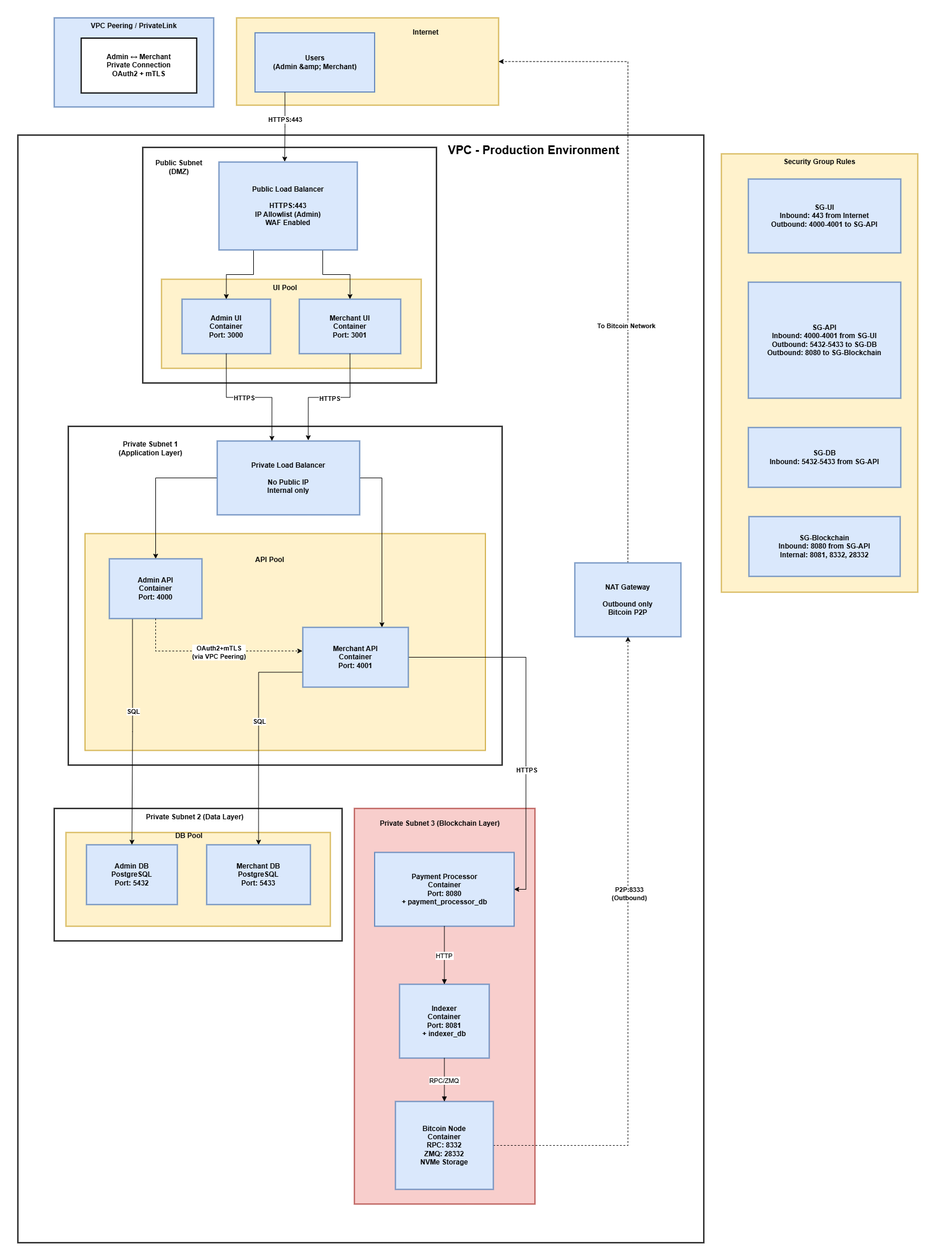
Before: docs/Network Topology Diagram.png, a diagram exported from draw.io (NaimKhan/CodeLab_InfraSRE_Engineer_Final_Test). Source tidied: cells renumbered, new cells last; positions are measured from the earlier drawing's top-left corner, leaving out a move shared by most shapes. Its diagram source:
```xml
<mxGraphModel>
  <root>
    <mxCell id="0" />
    <mxCell id="1" parent="0" />
    <mxCell id="2" value="VPC Peering / PrivateLink" style="whiteSpace=wrap;strokeWidth=2;verticalAlign=top;fillColor=#dae8fc;strokeColor=#6c8ebf;fontStyle=1;" parent="1" vertex="1">
      <mxGeometry x="92" y="30" width="272" height="152" as="geometry" />
    </mxCell>
    <mxCell id="3" value="Admin ↔ Merchant&#10;Private Connection&#10;OAuth2 + mTLS" style="whiteSpace=wrap;strokeWidth=2;fontStyle=1;" parent="2" vertex="1">
      <mxGeometry x="46" y="34.5" width="197" height="93.6" as="geometry" />
    </mxCell>
    <mxCell id="4" style="whiteSpace=wrap;strokeWidth=2;" parent="1" vertex="1">
      <mxGeometry x="30" y="230" width="1170" height="1890" as="geometry" />
    </mxCell>
    <mxCell id="5" value="Security Group Rules" style="whiteSpace=wrap;strokeWidth=2;verticalAlign=top;fillColor=#fff2cc;strokeColor=#d6b656;fontStyle=1;" parent="1" vertex="1">
      <mxGeometry x="1230" y="262" width="335" height="748" as="geometry" />
    </mxCell>
    <mxCell id="6" value="SG-UI&#10;Inbound: 443 from Internet&#10;Outbound: 4000-4001 to SG-API" style="whiteSpace=wrap;strokeWidth=2;fillColor=#dae8fc;strokeColor=#6c8ebf;fontStyle=1;" parent="5" vertex="1">
      <mxGeometry x="46" y="43" width="260" height="126" as="geometry" />
    </mxCell>
    <mxCell id="7" value="SG-API&#10;Inbound: 4000-4001 from SG-UI&#10;Outbound: 5432-5433 to SG-DB&#10;Outbound: 8080 to SG-Blockchain" style="whiteSpace=wrap;strokeWidth=2;fillColor=#dae8fc;strokeColor=#6c8ebf;fontStyle=1;" parent="5" vertex="1">
      <mxGeometry x="46" y="219" width="260" height="198" as="geometry" />
    </mxCell>
    <mxCell id="8" value="SG-DB&#10;Inbound: 5432-5433 from SG-API" style="whiteSpace=wrap;strokeWidth=2;fillColor=#dae8fc;strokeColor=#6c8ebf;fontStyle=1;" parent="5" vertex="1">
      <mxGeometry x="46" y="467" width="260" height="102" as="geometry" />
    </mxCell>
    <mxCell id="9" value="SG-Blockchain&#10;Inbound: 8080 from SG-API&#10;Internal: 8081, 8332, 28332" style="whiteSpace=wrap;strokeWidth=2;fillColor=#dae8fc;strokeColor=#6c8ebf;fontStyle=1;" parent="5" vertex="1">
      <mxGeometry x="47" y="619" width="258" height="102" as="geometry" />
    </mxCell>
    <mxCell id="10" style="whiteSpace=wrap;strokeWidth=2;fillColor=#f8cecc;strokeColor=#b85450;" parent="1" vertex="1">
      <mxGeometry x="604" y="1379" width="308" height="675" as="geometry" />
    </mxCell>
    <mxCell id="11" style="whiteSpace=wrap;strokeWidth=2;" parent="1" vertex="1">
      <mxGeometry x="92" y="1379" width="491" height="226" as="geometry" />
    </mxCell>
    <mxCell id="12" style="whiteSpace=wrap;strokeWidth=2;fillColor=#fff2cc;strokeColor=#d6b656;" parent="1" vertex="1">
      <mxGeometry x="112" y="1420" width="451" height="160" as="geometry" />
    </mxCell>
    <mxCell id="13" style="whiteSpace=wrap;strokeWidth=2;" parent="1" vertex="1">
      <mxGeometry x="116" y="727" width="740" height="578" as="geometry" />
    </mxCell>
    <mxCell id="14" style="whiteSpace=wrap;strokeWidth=2;fillColor=#fff2cc;strokeColor=#d6b656;" parent="1" vertex="1">
      <mxGeometry x="144.5" y="910" width="683" height="370" as="geometry" />
    </mxCell>
    <mxCell id="15" style="whiteSpace=wrap;strokeWidth=2;" parent="1" vertex="1">
      <mxGeometry x="243" y="251" width="501" height="402" as="geometry" />
    </mxCell>
    <mxCell id="16" style="whiteSpace=wrap;strokeWidth=2;fillColor=#fff2cc;strokeColor=#d6b656;" parent="1" vertex="1">
      <mxGeometry x="275" y="476" width="443" height="152" as="geometry" />
    </mxCell>
    <mxCell id="17" style="whiteSpace=wrap;strokeWidth=2;fillColor=#fff2cc;strokeColor=#d6b656;fontStyle=1;" parent="1" vertex="1">
      <mxGeometry x="403" y="30" width="447" height="149" as="geometry" />
    </mxCell>
    <mxCell id="18" value="Users&#10;(Admin &amp;amp; Merchant)" style="whiteSpace=wrap;strokeWidth=2;fillColor=#dae8fc;strokeColor=#6c8ebf;fontStyle=1;" parent="1" vertex="1">
      <mxGeometry x="434.5" y="55.5" width="204" height="101" as="geometry" />
    </mxCell>
    <mxCell id="19" style="edgeStyle=orthogonalEdgeStyle;rounded=0;jettySize=auto;html=1;exitX=0.75;exitY=1;exitDx=0;exitDy=0;entryX=0.5;entryY=0;entryDx=0;entryDy=0;" parent="1" edge="1" source="21" target="23">
      <mxGeometry relative="1" as="geometry" />
    </mxCell>
    <mxCell id="20" style="edgeStyle=orthogonalEdgeStyle;rounded=0;jettySize=auto;html=1;exitX=0.25;exitY=1;exitDx=0;exitDy=0;entryX=0.5;entryY=0;entryDx=0;entryDy=0;" parent="1" edge="1" source="21" target="22">
      <mxGeometry relative="1" as="geometry" />
    </mxCell>
    <mxCell id="21" value="Public Load Balancer&#10;&#10;HTTPS:443&#10;IP Allowlist (Admin)&#10;WAF Enabled" style="whiteSpace=wrap;strokeWidth=2;fillColor=#dae8fc;strokeColor=#6c8ebf;fontStyle=1;" parent="1" vertex="1">
      <mxGeometry x="373" y="276" width="236" height="150" as="geometry" />
    </mxCell>
    <mxCell id="22" value="Admin UI&#10;Container&#10;Port: 3000" style="whiteSpace=wrap;strokeWidth=2;fillColor=#dae8fc;strokeColor=#6c8ebf;fontStyle=1;" parent="1" vertex="1">
      <mxGeometry x="310" y="510" width="151" height="93" as="geometry" />
    </mxCell>
    <mxCell id="23" value="Merchant UI&#10;Container&#10;Port: 3001" style="whiteSpace=wrap;strokeWidth=2;fillColor=#dae8fc;strokeColor=#6c8ebf;fontStyle=1;" parent="1" vertex="1">
      <mxGeometry x="510" y="510" width="173" height="93" as="geometry" />
    </mxCell>
    <mxCell id="24" style="edgeStyle=orthogonalEdgeStyle;rounded=0;jettySize=auto;html=1;" parent="1" edge="1" source="26" target="29">
      <mxGeometry relative="1" as="geometry" />
    </mxCell>
    <mxCell id="25" style="edgeStyle=orthogonalEdgeStyle;rounded=0;jettySize=auto;html=1;exitX=1;exitY=0.5;exitDx=0;exitDy=0;entryX=0.75;entryY=0;entryDx=0;entryDy=0;" parent="1" edge="1" source="26" target="34">
      <mxGeometry relative="1" as="geometry" />
    </mxCell>
    <mxCell id="26" value="Private Load Balancer&#10;&#10;No Public IP&#10;Internal only" style="whiteSpace=wrap;strokeWidth=2;fillColor=#dae8fc;strokeColor=#6c8ebf;fontStyle=1;" parent="1" vertex="1">
      <mxGeometry x="370" y="752" width="243" height="126" as="geometry" />
    </mxCell>
    <mxCell id="27" style="edgeStyle=orthogonalEdgeStyle;rounded=0;jettySize=auto;html=1;exitX=0.25;exitY=1;exitDx=0;exitDy=0;entryX=0.5;entryY=0;entryDx=0;entryDy=0;" parent="1" edge="1" source="29" target="35">
      <mxGeometry relative="1" as="geometry" />
    </mxCell>
    <mxCell id="28" value="&lt;b&gt;SQL&lt;/b&gt;" style="edgeLabel;html=1;align=center;verticalAlign=middle;" parent="27" vertex="1">
      <mxGeometry x="-0.18" relative="1" as="geometry" />
    </mxCell>
    <mxCell id="29" value="Admin API&#10;Container&#10;Port: 4000" style="whiteSpace=wrap;strokeWidth=2;fillColor=#dae8fc;strokeColor=#6c8ebf;fontStyle=1;" parent="1" vertex="1">
      <mxGeometry x="186" y="953" width="158" height="102" as="geometry" />
    </mxCell>
    <mxCell id="30" style="edgeStyle=orthogonalEdgeStyle;rounded=0;jettySize=auto;html=1;exitX=0;exitY=0.75;exitDx=0;exitDy=0;entryX=0.5;entryY=0;entryDx=0;entryDy=0;" parent="1" edge="1" source="34" target="36">
      <mxGeometry relative="1" as="geometry" />
    </mxCell>
    <mxCell id="31" value="&lt;b&gt;SQL&lt;/b&gt;" style="edgeLabel;html=1;align=center;verticalAlign=middle;" parent="30" vertex="1">
      <mxGeometry x="-0.13" relative="1" as="geometry">
        <mxPoint y="-1" as="offset" />
      </mxGeometry>
    </mxCell>
    <mxCell id="32" style="edgeStyle=orthogonalEdgeStyle;rounded=0;jettySize=auto;html=1;exitX=1;exitY=0.5;exitDx=0;exitDy=0;entryX=1;entryY=0.5;entryDx=0;entryDy=0;" parent="1" edge="1" source="34" target="37">
      <mxGeometry relative="1" as="geometry" />
    </mxCell>
    <mxCell id="33" value="&lt;b&gt;HTTPS&lt;/b&gt;" style="edgeLabel;html=1;align=center;verticalAlign=middle;" parent="32" vertex="1">
      <mxGeometry x="0.27" relative="1" as="geometry">
        <mxPoint y="1" as="offset" />
      </mxGeometry>
    </mxCell>
    <mxCell id="34" value="Merchant API&#10;Container&#10;Port: 4001" style="whiteSpace=wrap;strokeWidth=2;fillColor=#dae8fc;strokeColor=#6c8ebf;fontStyle=1;" parent="1" vertex="1">
      <mxGeometry x="516" y="1070" width="180" height="102" as="geometry" />
    </mxCell>
    <mxCell id="35" value="Admin DB&#10;PostgreSQL&#10;Port: 5432" style="whiteSpace=wrap;strokeWidth=2;fillColor=#dae8fc;strokeColor=#6c8ebf;fontStyle=1;" parent="1" vertex="1">
      <mxGeometry x="147" y="1441" width="155" height="102" as="geometry" />
    </mxCell>
    <mxCell id="36" value="Merchant DB&#10;PostgreSQL&#10;Port: 5433" style="whiteSpace=wrap;strokeWidth=2;fillColor=#dae8fc;strokeColor=#6c8ebf;fontStyle=1;" parent="1" vertex="1">
      <mxGeometry x="352" y="1441" width="177" height="102" as="geometry" />
    </mxCell>
    <mxCell id="37" value="Payment Processor&#10;Container&#10;Port: 8080&#10;+ payment_processor_db" style="whiteSpace=wrap;strokeWidth=2;fillColor=#dae8fc;strokeColor=#6c8ebf;fontStyle=1;" parent="1" vertex="1">
      <mxGeometry x="638.5" y="1454" width="238" height="126" as="geometry" />
    </mxCell>
    <mxCell id="38" value="Indexer&#10;Container&#10;Port: 8081&#10;+ indexer_db" style="whiteSpace=wrap;strokeWidth=2;fillColor=#dae8fc;strokeColor=#6c8ebf;fontStyle=1;" parent="1" vertex="1">
      <mxGeometry x="681" y="1679" width="153" height="126" as="geometry" />
    </mxCell>
    <mxCell id="39" style="edgeStyle=orthogonalEdgeStyle;rounded=0;jettySize=auto;html=1;exitX=1;exitY=0.5;exitDx=0;exitDy=0;dashed=1;" parent="1" edge="1" source="41" target="44">
      <mxGeometry relative="1" as="geometry" />
    </mxCell>
    <mxCell id="40" value="&lt;b&gt;P2P:8333&lt;br style=&quot;padding: 0px; margin: 0px;&quot;&gt;(Outbound)&lt;/b&gt;" style="edgeLabel;html=1;align=center;verticalAlign=middle;" parent="39" vertex="1">
      <mxGeometry x="0.2" y="-1" relative="1" as="geometry" />
    </mxCell>
    <mxCell id="41" value="Bitcoin Node&#10;Container&#10;RPC: 8332&#10;ZMQ: 28332&#10;NVMe Storage" style="whiteSpace=wrap;strokeWidth=2;fillColor=#dae8fc;strokeColor=#6c8ebf;fontStyle=1;" parent="1" vertex="1">
      <mxGeometry x="674" y="1879" width="167" height="150" as="geometry" />
    </mxCell>
    <mxCell id="42" style="edgeStyle=orthogonalEdgeStyle;rounded=0;jettySize=auto;html=1;entryX=1;entryY=0.5;entryDx=0;entryDy=0;exitX=0.5;exitY=0;exitDx=0;exitDy=0;dashed=1;" parent="1" edge="1" source="44" target="17">
      <mxGeometry relative="1" as="geometry" />
    </mxCell>
    <mxCell id="43" value="&lt;b&gt;To Bitcoin Network&lt;/b&gt;" style="edgeLabel;html=1;align=center;verticalAlign=middle;" parent="42" vertex="1">
      <mxGeometry x="-0.25" y="4" relative="1" as="geometry">
        <mxPoint y="1" as="offset" />
      </mxGeometry>
    </mxCell>
    <mxCell id="44" value="NAT Gateway&#10;&#10;Outbound only&#10;Bitcoin P2P" style="whiteSpace=wrap;strokeWidth=2;fillColor=#dae8fc;strokeColor=#6c8ebf;fontStyle=1;" parent="1" vertex="1">
      <mxGeometry x="980" y="960" width="181" height="126" as="geometry" />
    </mxCell>
    <mxCell id="45" value="HTTP" style="curved=1;startArrow=none;endArrow=block;exitX=0.5;exitY=1;entryX=0.5;entryY=0;rounded=0;" parent="1" edge="1" source="37" target="38">
      <mxGeometry relative="1" as="geometry" />
    </mxCell>
    <mxCell id="46" value="RPC/ZMQ" style="curved=1;startArrow=none;endArrow=block;exitX=0.5;exitY=1;entryX=0.5;entryY=0;rounded=0;" parent="1" edge="1" source="38" target="41">
      <mxGeometry relative="1" as="geometry" />
    </mxCell>
    <mxCell id="47" value="&lt;b&gt;&lt;font style=&quot;font-size: 20px;&quot;&gt;VPC - Production Environment&lt;/font&gt;&lt;/b&gt;" style="text;html=1;whiteSpace=wrap;strokeColor=none;fillColor=none;align=center;verticalAlign=middle;rounded=0;" parent="1" vertex="1">
      <mxGeometry x="760" y="240" width="300" height="30" as="geometry" />
    </mxCell>
    <mxCell id="48" value="&lt;b&gt;DB Pool&lt;/b&gt;" style="text;html=1;whiteSpace=wrap;strokeColor=none;fillColor=none;align=center;verticalAlign=middle;rounded=0;" parent="1" vertex="1">
      <mxGeometry x="292" y="1411" width="60" height="30" as="geometry" />
    </mxCell>
    <mxCell id="49" value="&lt;b&gt;Private Subnet 3 (Blockchain Layer)&lt;/b&gt;" style="text;html=1;whiteSpace=wrap;strokeColor=none;fillColor=none;align=center;verticalAlign=middle;rounded=0;" parent="1" vertex="1">
      <mxGeometry x="630" y="1390" width="240" height="30" as="geometry" />
    </mxCell>
    <mxCell id="50" value="&lt;b&gt;Public Subnet (DMZ)&lt;/b&gt;" style="text;html=1;whiteSpace=wrap;strokeColor=none;fillColor=none;align=center;verticalAlign=middle;rounded=0;" parent="1" vertex="1">
      <mxGeometry x="260" y="270" width="90" height="30" as="geometry" />
    </mxCell>
    <mxCell id="51" style="edgeStyle=orthogonalEdgeStyle;rounded=0;jettySize=auto;html=1;exitX=0.25;exitY=1;exitDx=0;exitDy=0;entryX=0.475;entryY=-0.004;entryDx=0;entryDy=0;entryPerimeter=0;" parent="1" edge="1" source="18" target="21">
      <mxGeometry relative="1" as="geometry" />
    </mxCell>
    <mxCell id="52" value="&lt;b&gt;HTTPS:443&lt;/b&gt;" style="edgeLabel;html=1;align=center;verticalAlign=middle;" parent="51" vertex="1">
      <mxGeometry x="-0.22" y="-1" relative="1" as="geometry" />
    </mxCell>
    <mxCell id="53" value="&lt;b&gt;UI Pool&lt;/b&gt;" style="text;html=1;whiteSpace=wrap;strokeColor=none;fillColor=none;align=center;verticalAlign=middle;rounded=0;" parent="1" vertex="1">
      <mxGeometry x="456" y="476" width="60" height="30" as="geometry" />
    </mxCell>
    <mxCell id="54" style="edgeStyle=orthogonalEdgeStyle;rounded=0;jettySize=auto;html=1;exitX=0.5;exitY=1;exitDx=0;exitDy=0;entryX=0.384;entryY=-0.001;entryDx=0;entryDy=0;entryPerimeter=0;" parent="1" edge="1" source="22" target="26">
      <mxGeometry relative="1" as="geometry" />
    </mxCell>
    <mxCell id="55" value="&lt;b&gt;HTTPS&lt;/b&gt;" style="edgeLabel;html=1;align=center;verticalAlign=middle;" parent="54" vertex="1">
      <mxGeometry x="-0.07" relative="1" as="geometry" />
    </mxCell>
    <mxCell id="56" style="edgeStyle=orthogonalEdgeStyle;rounded=0;jettySize=auto;html=1;exitX=0.5;exitY=1;exitDx=0;exitDy=0;entryX=0.639;entryY=-0.009;entryDx=0;entryDy=0;entryPerimeter=0;" parent="1" edge="1" source="23" target="26">
      <mxGeometry relative="1" as="geometry" />
    </mxCell>
    <mxCell id="57" value="&lt;b&gt;HTTPS&lt;/b&gt;" style="edgeLabel;html=1;align=center;verticalAlign=middle;" parent="56" vertex="1">
      <mxGeometry y="1" relative="1" as="geometry" />
    </mxCell>
    <mxCell id="58" style="edgeStyle=orthogonalEdgeStyle;rounded=0;jettySize=auto;html=1;exitX=0.5;exitY=1;exitDx=0;exitDy=0;entryX=-0.004;entryY=0.395;entryDx=0;entryDy=0;entryPerimeter=0;dashed=1;" parent="1" edge="1" source="29" target="34">
      <mxGeometry relative="1" as="geometry" />
    </mxCell>
    <mxCell id="59" value="&lt;b&gt;OAuth2+mTLS&lt;br style=&quot;padding: 0px; margin: 0px;&quot;&gt;(via VPC Peering)&lt;/b&gt;" style="edgeLabel;html=1;align=center;verticalAlign=middle;" parent="58" vertex="1">
      <mxGeometry x="0.06" y="-2" relative="1" as="geometry" />
    </mxCell>
    <mxCell id="60" value="&lt;b&gt;API Pool&lt;/b&gt;" style="text;html=1;whiteSpace=wrap;strokeColor=none;fillColor=none;align=center;verticalAlign=middle;rounded=0;" parent="1" vertex="1">
      <mxGeometry x="430" y="940" width="60" height="30" as="geometry" />
    </mxCell>
    <mxCell id="61" value="&lt;span style=&quot;font-weight: 700;&quot;&gt;Internet&lt;/span&gt;" style="text;html=1;whiteSpace=wrap;strokeColor=none;fillColor=none;align=center;verticalAlign=middle;rounded=0;" parent="1" vertex="1">
      <mxGeometry x="696" y="40" width="60" height="30" as="geometry" />
    </mxCell>
    <mxCell id="62" style="rounded=0;whiteSpace=wrap;html=1;fillColor=none;strokeColor=none;" parent="1" vertex="1">
      <mxGeometry x="30" width="1070" height="220" as="geometry" />
    </mxCell>
    <mxCell id="63" value="&lt;b&gt;Private Subnet 1 (Application Layer)&lt;/b&gt;" style="text;html=1;whiteSpace=wrap;strokeColor=none;fillColor=none;align=center;verticalAlign=middle;rounded=0;" parent="1" vertex="1">
      <mxGeometry x="183" y="750" width="147" height="30" as="geometry" />
    </mxCell>
    <mxCell id="64" value="&lt;b&gt;Private Subnet 2 (Data Layer)&lt;/b&gt;" style="text;html=1;whiteSpace=wrap;strokeColor=none;fillColor=none;align=center;verticalAlign=middle;rounded=0;" parent="1" vertex="1">
      <mxGeometry x="243" y="1379" width="178" height="30" as="geometry" />
    </mxCell>
    <mxCell id="65" style="rounded=0;whiteSpace=wrap;html=1;fillColor=none;strokeColor=none;" parent="1" vertex="1">
      <mxGeometry width="1600" height="2150" as="geometry" />
    </mxCell>
  </root>
</mxGraphModel>
```
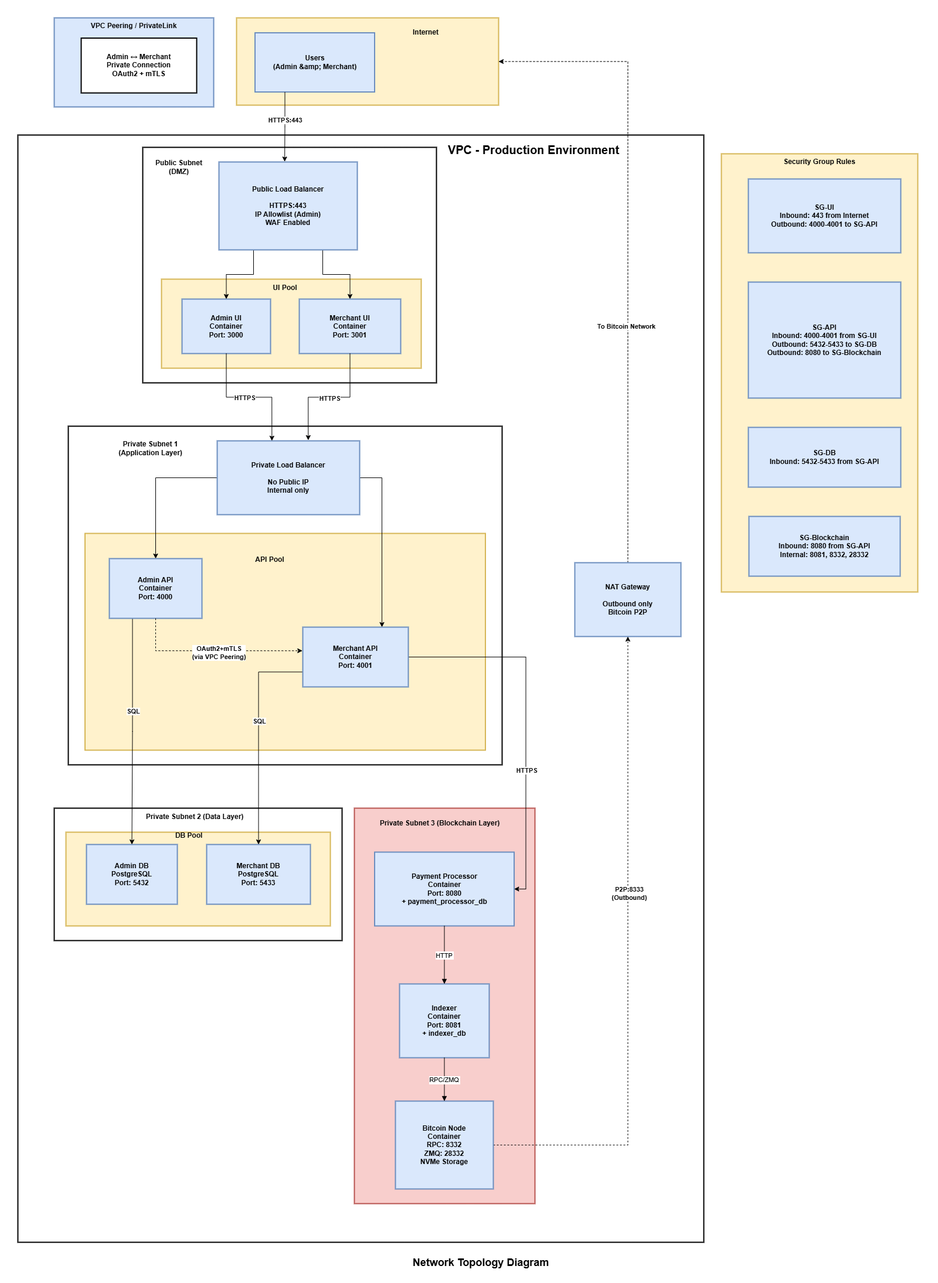
After the change.

Commit message:
Improve diagram

Change to the diagram source:
```diff
@@ -198,7 +198,10 @@
       <mxGeometry x="243" y="1379" width="178" height="30" as="geometry" />
     </mxCell>
     <mxCell id="65" style="rounded=0;whiteSpace=wrap;html=1;fillColor=none;strokeColor=none;" parent="1" vertex="1">
-      <mxGeometry width="1600" height="2150" as="geometry" />
+      <mxGeometry width="1600" height="2190" as="geometry" />
     </mxCell>
+    <mxCell id="66" value="&lt;b&gt;&lt;font style=&quot;font-size: 18px;&quot;&gt;Network Topology Diagram&lt;/font&gt;&lt;/b&gt;" style="text;html=1;whiteSpace=wrap;strokeColor=none;fillColor=none;align=center;verticalAlign=middle;rounded=0;" parent="1" vertex="1">
+      <mxGeometry x="650" y="2140" width="340" height="30" as="geometry" />
+    </mxCell>
   </root>
 </mxGraphModel>
```
